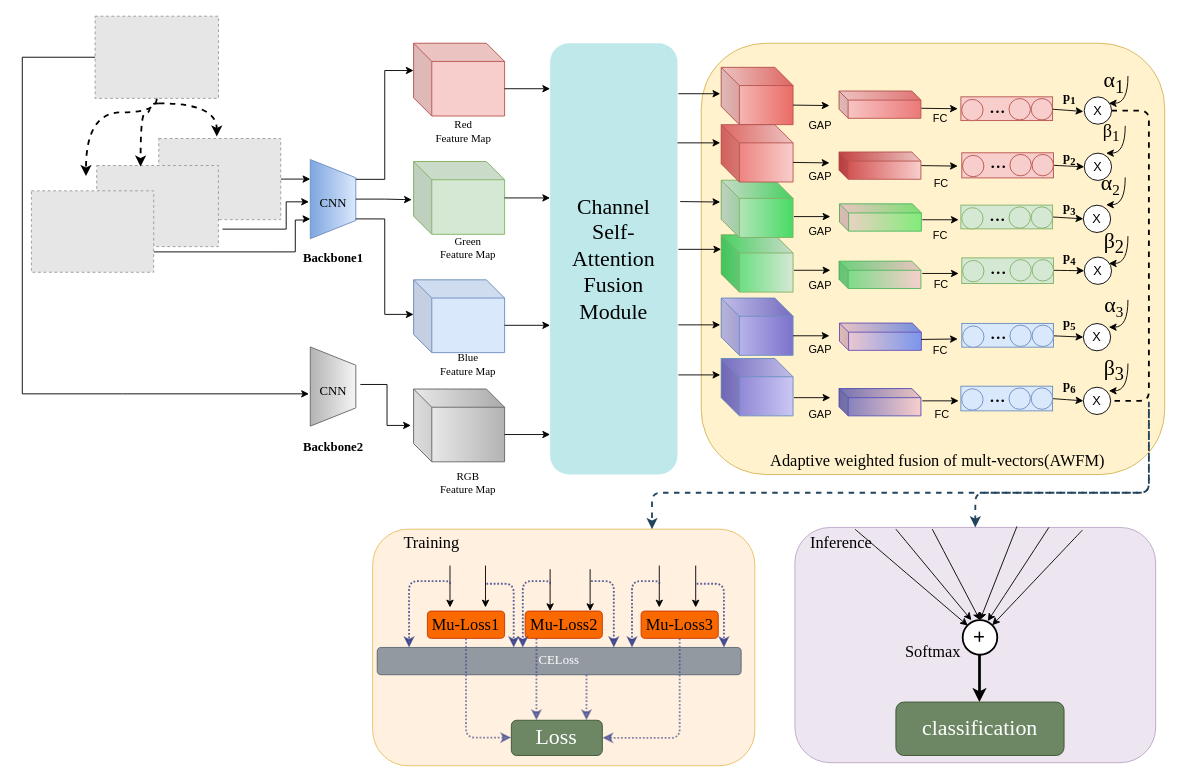
lcq666666/lcq.github.io keeps this draw.io diagram as paper.drawio. Above is the earlier version. Source tidied: cells renumbered, new cells numbered last; positions are measured from the earlier drawing's top-left corner, leaving out a move shared by most shapes. Both pictures are drawn from the tidied source at 91%, with x=0, y=0 at pixel (22, 15). Pictures stored in the file or linked from it are replaced by grey dashed boxes.
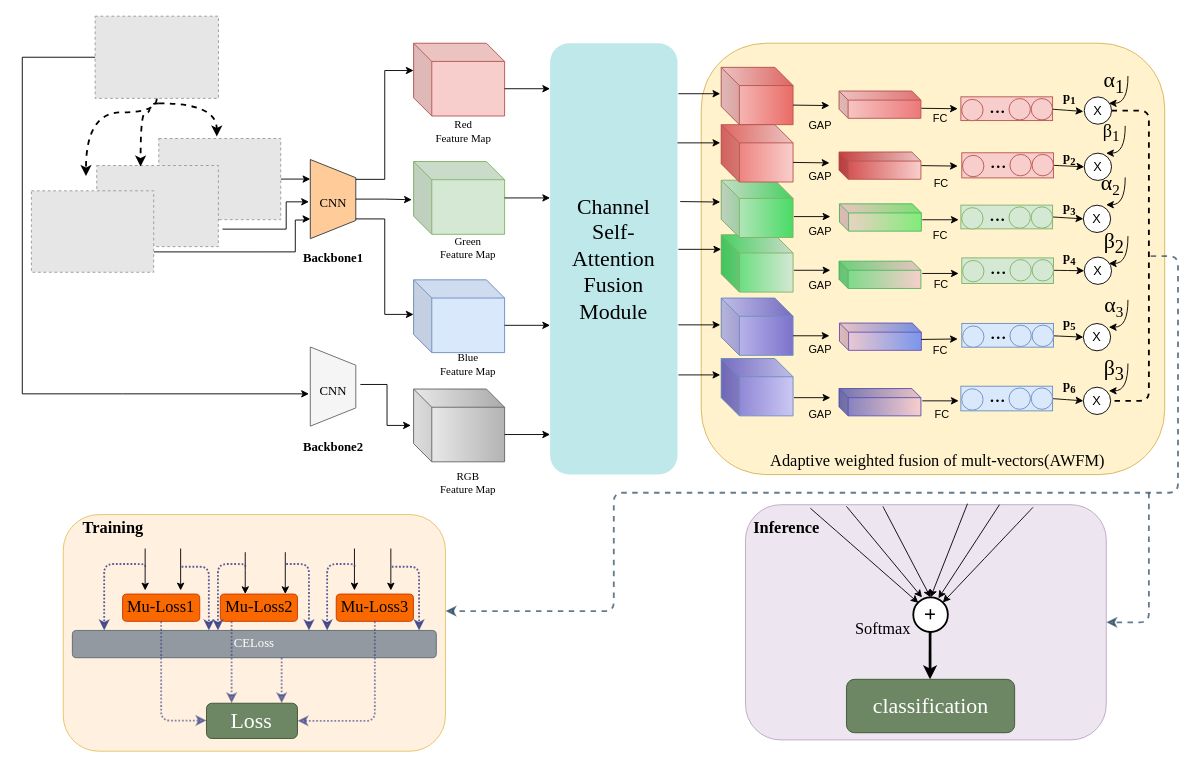
After the change.

Diff of the diagram source:
```diff
@@
     <mxCell id="8" style="rounded=1;whiteSpace=wrap;html=1;fillColor=#ffe6cc;strokeColor=#d79b00;opacity=60;" parent="1" vertex="1">
-      <mxGeometry x="385" y="564" width="420" height="260" as="geometry" />
+      <mxGeometry x="45" y="548" width="420" height="260" as="geometry" />
     </mxCell>
@@
-    <mxCell id="69" style="edgeStyle=orthogonalEdgeStyle;rounded=1;jettySize=auto;html=1;elbow=vertical;strokeWidth=2;dashed=1;entryX=0;entryY=0.5;entryDx=0;entryDy=0;fillColor=#bac8d3;strokeColor=#23445d;" parent="1" edge="1" target="103">
+    <mxCell id="69" style="edgeStyle=orthogonalEdgeStyle;rounded=1;jettySize=auto;html=1;elbow=vertical;strokeWidth=2;dashed=1;entryX=0.5;entryY=0;entryDx=0;entryDy=0;fillColor=#bac8d3;strokeColor=#23445d;opacity=70;" parent="1" edge="1" target="103">
       <mxGeometry relative="1" as="geometry">
-        <mxPoint x="1238" y="432" as="sourcePoint" />
+        <mxPoint x="1238" y="524" as="sourcePoint" />
         <Array as="points">
-          <mxPoint x="1238" y="524" />
-          <mxPoint x="1047" y="524" />
+          <mxPoint x="1238" y="666" />
         </Array>
       </mxGeometry>
     </mxCell>
-    <mxCell id="70" style="edgeStyle=orthogonalEdgeStyle;rounded=1;jettySize=auto;html=1;elbow=vertical;dashed=1;strokeWidth=2;fillColor=#bac8d3;strokeColor=#23445d;" parent="1" edge="1" target="8">
+    <mxCell id="70" style="edgeStyle=orthogonalEdgeStyle;rounded=1;orthogonalLoop=1;jettySize=auto;html=1;elbow=vertical;dashed=1;strokeWidth=2;fillColor=#bac8d3;strokeColor=#23445d;opacity=70;" parent="1" edge="1">
       <mxGeometry relative="1" as="geometry">
-        <mxPoint x="1238" y="424" as="sourcePoint" />
+        <mxPoint x="1240" y="264" as="sourcePoint" />
+        <mxPoint x="465" y="654" as="targetPoint" />
         <Array as="points">
-          <mxPoint x="1238" y="524" />
-          <mxPoint x="692" y="524" />
+          <mxPoint x="1270" y="264" />
+          <mxPoint x="1270" y="524" />
+          <mxPoint x="650" y="524" />
+          <mxPoint x="650" y="654" />
         </Array>
       </mxGeometry>
     </mxCell>
@@
-    <mxCell id="102" value="&lt;font style=&quot;font-size: 18px;&quot; face=&quot;Times New Roman&quot;&gt;Training&lt;/font&gt;" style="text;strokeColor=none;align=center;fillColor=none;html=1;verticalAlign=middle;whiteSpace=wrap;rounded=0;" parent="1" vertex="1">
-      <mxGeometry x="420" y="564" width="60" height="30" as="geometry" />
+    <mxCell id="102" value="&lt;font style=&quot;font-size: 18px;&quot; face=&quot;Times New Roman&quot;&gt;&lt;b&gt;Training&lt;/b&gt;&lt;/font&gt;" style="text;strokeColor=none;align=center;fillColor=none;html=1;verticalAlign=middle;whiteSpace=wrap;rounded=0;" parent="1" vertex="1">
+      <mxGeometry x="70" y="548" width="60" height="30" as="geometry" />
     </mxCell>
     <mxCell id="103" style="rounded=1;whiteSpace=wrap;html=1;rotation=90;fillColor=#e1d5e7;strokeColor=#9673a6;opacity=60;" parent="1" vertex="1">
-      <mxGeometry x="918" y="493.1" width="258.5" height="396.5" as="geometry" />
+      <mxGeometry x="863.7" y="468.1" width="258.5" height="396.5" as="geometry" />
     </mxCell>
     <mxCell id="104" value="&lt;font face=&quot;Times New Roman&quot; style=&quot;font-size: 24px;&quot;&gt;&lt;b&gt;+&lt;/b&gt;&lt;/font&gt;" style="ellipse;whiteSpace=wrap;html=1;rotation=90;strokeWidth=2;" parent="1" vertex="1">
-      <mxGeometry x="1033.4" y="664" width="38" height="38" as="geometry" />
+      <mxGeometry x="979.1" y="639" width="38" height="38" as="geometry" />
     </mxCell>
     <mxCell id="105" style="rounded=0;jettySize=auto;html=1;exitX=0;exitY=0;exitDx=100;exitDy=50;exitPerimeter=0;strokeWidth=3;entryX=0.497;entryY=0;entryDx=0;entryDy=0;entryPerimeter=0;" parent="1" edge="1" target="106">
       <mxGeometry relative="1" as="geometry">
-        <mxPoint x="1051.9" y="701.2" as="sourcePoint" />
+        <mxPoint x="997.6" y="676.2" as="sourcePoint" />
       </mxGeometry>
     </mxCell>
     <mxCell id="106" value="&lt;font face=&quot;Times New Roman&quot;&gt;&lt;span style=&quot;font-size: 24px;&quot;&gt;classification&lt;/span&gt;&lt;/font&gt;" style="rounded=1;whiteSpace=wrap;html=1;fillColor=#6d8764;strokeColor=#3A5431;fontColor=#ffffff;rotation=0;" parent="1" vertex="1">
-      <mxGeometry x="960" y="754" width="184.8" height="58.7" as="geometry" />
+      <mxGeometry x="905.7" y="729" width="184.8" height="58.7" as="geometry" />
     </mxCell>
-    <mxCell id="107" value="&lt;font style=&quot;font-size: 18px;&quot; face=&quot;Times New Roman&quot;&gt;Inference&lt;/font&gt;" style="text;strokeColor=none;align=center;fillColor=none;html=1;verticalAlign=middle;whiteSpace=wrap;rounded=0;" parent="1" vertex="1">
-      <mxGeometry x="870" y="564" width="60" height="30" as="geometry" />
+    <mxCell id="107" value="&lt;font style=&quot;font-size: 18px;&quot; face=&quot;Times New Roman&quot;&gt;&lt;b&gt;Inference&lt;/b&gt;&lt;/font&gt;" style="text;strokeColor=none;align=center;fillColor=none;html=1;verticalAlign=middle;whiteSpace=wrap;rounded=0;" parent="1" vertex="1">
+      <mxGeometry x="810" y="548" width="60" height="30" as="geometry" />
     </mxCell>
-    <mxCell id="108" style="endArrow=classic;html=1;rounded=0;curved=1;elbow=vertical;exitX=0.75;exitY=0;exitDx=0;exitDy=0;" parent="1" edge="1" source="107">
+    <mxCell id="108" style="endArrow=classic;html=1;rounded=0;curved=1;elbow=vertical;" parent="1" edge="1">
       <mxGeometry relative="1" as="geometry">
-        <mxPoint x="1039" y="670" as="targetPoint" />
+        <mxPoint x="866" y="541" as="sourcePoint" />
+        <mxPoint x="984.7" y="645" as="targetPoint" />
       </mxGeometry>
     </mxCell>
     <mxCell id="109" style="endArrow=classic;html=1;rounded=0;curved=1;elbow=vertical;" parent="1" edge="1">
       <mxGeometry relative="1" as="geometry">
-        <mxPoint x="960" y="564" as="sourcePoint" />
-        <mxPoint x="1043" y="664" as="targetPoint" />
+        <mxPoint x="905.7" y="539" as="sourcePoint" />
+        <mxPoint x="988.7" y="639" as="targetPoint" />
       </mxGeometry>
     </mxCell>
     <mxCell id="110" style="endArrow=classic;html=1;rounded=0;curved=1;elbow=vertical;exitX=0.75;exitY=0;exitDx=0;exitDy=0;entryX=0;entryY=0.5;entryDx=0;entryDy=0;" parent="1" edge="1" target="104">
       <mxGeometry relative="1" as="geometry">
-        <mxPoint x="1000" y="564" as="sourcePoint" />
+        <mxPoint x="945.7" y="539" as="sourcePoint" />
       </mxGeometry>
     </mxCell>
     <mxCell id="111" style="endArrow=classic;html=1;rounded=0;curved=1;elbow=vertical;entryX=0;entryY=0.5;entryDx=0;entryDy=0;" parent="1" edge="1" target="104">
       <mxGeometry relative="1" as="geometry">
-        <mxPoint x="1093" y="561" as="sourcePoint" />
+        <mxPoint x="1038.7" y="536" as="sourcePoint" />
       </mxGeometry>
     </mxCell>
     <mxCell id="112" style="endArrow=classic;html=1;rounded=0;curved=1;elbow=vertical;exitX=0;exitY=0.296;exitDx=0;exitDy=0;exitPerimeter=0;" parent="1" edge="1" source="103">
       <mxGeometry relative="1" as="geometry">
-        <mxPoint x="1061" y="665" as="targetPoint" />
+        <mxPoint x="1006.7" y="640" as="targetPoint" />
       </mxGeometry>
     </mxCell>
@@
     <mxCell id="114" style="endArrow=classic;html=1;rounded=0;elbow=vertical;" parent="1" edge="1">
       <mxGeometry relative="1" as="geometry">
-        <mxPoint x="470" y="604" as="sourcePoint" />
-        <mxPoint x="470" y="650" as="targetPoint" />
+        <mxPoint x="135" y="585.3" as="sourcePoint" />
+        <mxPoint x="135" y="631.3" as="targetPoint" />
       </mxGeometry>
     </mxCell>
     <mxCell id="115" style="endArrow=classic;html=1;rounded=0;elbow=vertical;" parent="1" edge="1">
       <mxGeometry relative="1" as="geometry">
-        <mxPoint x="509" y="604" as="sourcePoint" />
-        <mxPoint x="509" y="650" as="targetPoint" />
+        <mxPoint x="174" y="585.3" as="sourcePoint" />
+        <mxPoint x="174" y="631.3" as="targetPoint" />
       </mxGeometry>
     </mxCell>
     <mxCell id="116" style="endArrow=classic;html=1;rounded=0;elbow=vertical;" parent="1" edge="1">
       <mxGeometry relative="1" as="geometry">
-        <mxPoint x="580" y="608" as="sourcePoint" />
-        <mxPoint x="580" y="654" as="targetPoint" />
+        <mxPoint x="245" y="589.3" as="sourcePoint" />
+        <mxPoint x="245" y="635.3" as="targetPoint" />
         <Array as="points">
-          <mxPoint x="580" y="628" />
+          <mxPoint x="245" y="609.3" />
         </Array>
       </mxGeometry>
     </mxCell>
     <mxCell id="117" style="endArrow=classic;html=1;rounded=0;elbow=vertical;" parent="1" edge="1">
       <mxGeometry relative="1" as="geometry">
-        <mxPoint x="624" y="608" as="sourcePoint" />
-        <mxPoint x="624" y="654" as="targetPoint" />
+        <mxPoint x="289" y="589.3" as="sourcePoint" />
+        <mxPoint x="289" y="635.3" as="targetPoint" />
       </mxGeometry>
     </mxCell>
     <mxCell id="118" style="endArrow=classic;html=1;rounded=0;elbow=vertical;" parent="1" edge="1">
       <mxGeometry relative="1" as="geometry">
-        <mxPoint x="700" y="604" as="sourcePoint" />
-        <mxPoint x="700" y="650" as="targetPoint" />
+        <mxPoint x="365" y="585.3" as="sourcePoint" />
+        <mxPoint x="365" y="631.3" as="targetPoint" />
       </mxGeometry>
     </mxCell>
     <mxCell id="119" value="&lt;font style=&quot;font-size: 18px;&quot; face=&quot;Times New Roman&quot;&gt;Mu-Loss1&lt;/font&gt;" style="rounded=1;whiteSpace=wrap;html=1;fillColor=#fa6800;strokeColor=#C73500;fontColor=#000000;rotation=0;" parent="1" vertex="1">
-      <mxGeometry x="445.2" y="654" width="84.8" height="30" as="geometry" />
+      <mxGeometry x="110.2" y="635.3" width="84.8" height="30" as="geometry" />
     </mxCell>
     <mxCell id="120" style="endArrow=classic;html=1;rounded=0;elbow=vertical;" parent="1" edge="1">
       <mxGeometry relative="1" as="geometry">
-        <mxPoint x="740" y="604" as="sourcePoint" />
-        <mxPoint x="740" y="650" as="targetPoint" />
+        <mxPoint x="405" y="585.3" as="sourcePoint" />
+        <mxPoint x="405" y="631.3" as="targetPoint" />
       </mxGeometry>
     </mxCell>
     <mxCell id="121" value="&lt;font style=&quot;font-size: 18px;&quot; face=&quot;Times New Roman&quot;&gt;Mu-Loss2&lt;/font&gt;" style="rounded=1;whiteSpace=wrap;html=1;fillColor=#fa6800;strokeColor=#C73500;fontColor=#000000;rotation=0;" parent="1" vertex="1">
-      <mxGeometry x="552.6" y="654" width="84.8" height="30" as="geometry" />
+      <mxGeometry x="217.6" y="635.3" width="84.8" height="30" as="geometry" />
     </mxCell>
     <mxCell id="122" value="&lt;font style=&quot;font-size: 18px;&quot; face=&quot;Times New Roman&quot;&gt;Mu-Loss3&lt;/font&gt;" style="rounded=1;whiteSpace=wrap;html=1;fillColor=#fa6800;strokeColor=#C73500;fontColor=#000000;rotation=0;" parent="1" vertex="1">
-      <mxGeometry x="680" y="654" width="84.8" height="30" as="geometry" />
+      <mxGeometry x="345" y="635.3" width="84.8" height="30" as="geometry" />
     </mxCell>
     <mxCell id="123" style="edgeStyle=orthogonalEdgeStyle;rounded=1;orthogonalLoop=1;jettySize=auto;html=1;elbow=vertical;endSize=6;strokeWidth=2;opacity=80;strokeColor=#323b86;dashed=1;dashPattern=1 1;" parent="1" edge="1">
       <mxGeometry relative="1" as="geometry">
-        <mxPoint x="470" y="624" as="sourcePoint" />
-        <mxPoint x="425" y="694" as="targetPoint" />
+        <mxPoint x="135" y="605.3" as="sourcePoint" />
+        <mxPoint x="90" y="675.3" as="targetPoint" />
         <Array as="points">
-          <mxPoint x="470" y="621" />
-          <mxPoint x="425" y="621" />
+          <mxPoint x="135" y="602.3" />
+          <mxPoint x="90" y="602.3" />
         </Array>
       </mxGeometry>
     </mxCell>
     <mxCell id="124" style="edgeStyle=orthogonalEdgeStyle;rounded=1;orthogonalLoop=1;jettySize=auto;html=1;elbow=vertical;endSize=6;strokeWidth=2;opacity=80;strokeColor=#323b86;dashed=1;dashPattern=1 1;" parent="1" edge="1">
       <mxGeometry relative="1" as="geometry">
-        <mxPoint x="625" y="621" as="sourcePoint" />
-        <mxPoint x="650" y="694" as="targetPoint" />
+        <mxPoint x="290" y="602.3" as="sourcePoint" />
+        <mxPoint x="315" y="675.3" as="targetPoint" />
         <Array as="points">
-          <mxPoint x="650" y="621" />
-          <mxPoint x="650" y="694" />
+          <mxPoint x="315" y="602.3" />
+          <mxPoint x="315" y="675.3" />
         </Array>
       </mxGeometry>
     </mxCell>
     <mxCell id="125" value="&lt;font style=&quot;font-size: 14px;&quot; face=&quot;Times New Roman&quot;&gt;CELoss&lt;/font&gt;" style="rounded=1;whiteSpace=wrap;html=1;fillColor=#647687;strokeColor=#314354;fontColor=#ffffff;rotation=0;opacity=70;" parent="1" vertex="1">
-      <mxGeometry x="390" y="694" width="400" height="30" as="geometry" />
+      <mxGeometry x="55" y="675.3" width="400" height="30" as="geometry" />
     </mxCell>
     <mxCell id="126" style="edgeStyle=orthogonalEdgeStyle;rounded=1;orthogonalLoop=1;jettySize=auto;html=1;elbow=vertical;endSize=6;strokeWidth=2;opacity=80;strokeColor=#323b86;dashed=1;dashPattern=1 1;" parent="1" edge="1">
       <mxGeometry relative="1" as="geometry">
-        <mxPoint x="580" y="624" as="sourcePoint" />
-        <mxPoint x="550" y="694" as="targetPoint" />
+        <mxPoint x="245" y="605.3" as="sourcePoint" />
+        <mxPoint x="215" y="675.3" as="targetPoint" />
         <Array as="points">
-          <mxPoint x="580" y="621" />
-          <mxPoint x="550" y="621" />
-          <mxPoint x="550" y="694" />
+          <mxPoint x="245" y="602.3" />
+          <mxPoint x="215" y="602.3" />
+          <mxPoint x="215" y="675.3" />
         </Array>
       </mxGeometry>
     </mxCell>
     <mxCell id="127" style="edgeStyle=orthogonalEdgeStyle;rounded=1;orthogonalLoop=1;jettySize=auto;html=1;elbow=vertical;endSize=6;strokeWidth=2;opacity=80;strokeColor=#323b86;dashed=1;dashPattern=1 1;" parent="1" edge="1">
       <mxGeometry relative="1" as="geometry">
-        <mxPoint x="510" y="624" as="sourcePoint" />
-        <mxPoint x="540" y="694" as="targetPoint" />
+        <mxPoint x="175" y="605.3" as="sourcePoint" />
+        <mxPoint x="205" y="675.3" as="targetPoint" />
         <Array as="points">
-          <mxPoint x="540" y="624" />
+          <mxPoint x="205" y="605.3" />
         </Array>
       </mxGeometry>
     </mxCell>
     <mxCell id="128" style="edgeStyle=orthogonalEdgeStyle;rounded=1;orthogonalLoop=1;jettySize=auto;html=1;elbow=vertical;endSize=6;strokeWidth=2;opacity=80;strokeColor=#323b86;dashed=1;dashPattern=1 1;" parent="1" edge="1">
       <mxGeometry relative="1" as="geometry">
-        <mxPoint x="700" y="624" as="sourcePoint" />
-        <mxPoint x="670" y="694" as="targetPoint" />
+        <mxPoint x="365" y="605.3" as="sourcePoint" />
+        <mxPoint x="335" y="675.3" as="targetPoint" />
         <Array as="points">
-          <mxPoint x="700" y="621" />
-          <mxPoint x="670" y="621" />
-          <mxPoint x="670" y="694" />
+          <mxPoint x="365" y="602.3" />
+          <mxPoint x="335" y="602.3" />
+          <mxPoint x="335" y="675.3" />
         </Array>
       </mxGeometry>
     </mxCell>
     <mxCell id="129" style="edgeStyle=orthogonalEdgeStyle;rounded=1;orthogonalLoop=1;jettySize=auto;html=1;elbow=vertical;endSize=6;strokeWidth=2;opacity=80;strokeColor=#323b86;dashed=1;dashPattern=1 1;" parent="1" edge="1">
       <mxGeometry relative="1" as="geometry">
-        <mxPoint x="741" y="624" as="sourcePoint" />
-        <mxPoint x="771" y="694" as="targetPoint" />
+        <mxPoint x="406" y="605.3" as="sourcePoint" />
+        <mxPoint x="436" y="675.3" as="targetPoint" />
         <Array as="points">
-          <mxPoint x="771" y="624" />
+          <mxPoint x="436" y="605.3" />
         </Array>
       </mxGeometry>
     </mxCell>
     <mxCell id="130" value="&lt;font face=&quot;Times New Roman&quot;&gt;&lt;span style=&quot;font-size: 24px;&quot;&gt;Loss&lt;/span&gt;&lt;/font&gt;" style="rounded=1;whiteSpace=wrap;html=1;fillColor=#6d8764;strokeColor=#3A5431;fontColor=#ffffff;rotation=0;" parent="1" vertex="1">
-      <mxGeometry x="537.4" y="774" width="100" height="38.7" as="geometry" />
+      <mxGeometry x="202.4" y="755.3" width="100" height="38.7" as="geometry" />
     </mxCell>
     <mxCell id="131" style="edgeStyle=orthogonalEdgeStyle;rounded=1;jettySize=auto;html=1;elbow=vertical;endSize=6;strokeWidth=2;opacity=60;strokeColor=#323b86;dashed=1;dashPattern=1 1;exitX=0.5;exitY=1;exitDx=0;exitDy=0;" parent="1" edge="1" source="119" target="130">
       <mxGeometry relative="1" as="geometry">
         <Array as="points">
-          <mxPoint x="488" y="793" />
+          <mxPoint x="153" y="774.3" />
         </Array>
       </mxGeometry>
     </mxCell>
     <mxCell id="132" style="edgeStyle=orthogonalEdgeStyle;rounded=1;orthogonalLoop=1;jettySize=auto;html=1;elbow=vertical;endSize=6;strokeWidth=2;opacity=60;strokeColor=#323b86;dashed=1;dashPattern=1 1;" parent="1" edge="1">
       <mxGeometry relative="1" as="geometry">
-        <mxPoint x="565" y="684" as="sourcePoint" />
-        <mxPoint x="565" y="774" as="targetPoint" />
+        <mxPoint x="230" y="665.3" as="sourcePoint" />
+        <mxPoint x="230" y="755.3" as="targetPoint" />
         <Array as="points">
-          <mxPoint x="565" y="684" />
+          <mxPoint x="230" y="665.3" />
         </Array>
       </mxGeometry>
     </mxCell>
     <mxCell id="133" style="edgeStyle=orthogonalEdgeStyle;rounded=1;jettySize=auto;html=1;elbow=vertical;endSize=6;strokeWidth=2;opacity=60;strokeColor=#323b86;dashed=1;dashPattern=1 1;exitX=0.5;exitY=1;exitDx=0;exitDy=0;entryX=1;entryY=0.5;entryDx=0;entryDy=0;" parent="1" edge="1" source="122" target="130">
       <mxGeometry relative="1" as="geometry">
         <Array as="points">
-          <mxPoint x="722" y="793" />
+          <mxPoint x="387" y="774.3" />
         </Array>
       </mxGeometry>
     </mxCell>
     <mxCell id="134" style="edgeStyle=orthogonalEdgeStyle;rounded=1;orthogonalLoop=1;jettySize=auto;html=1;elbow=vertical;endSize=6;strokeWidth=2;opacity=60;strokeColor=#323b86;dashed=1;dashPattern=1 1;" parent="1" edge="1">
       <mxGeometry relative="1" as="geometry">
-        <mxPoint x="620" y="724" as="sourcePoint" />
-        <mxPoint x="620" y="774" as="targetPoint" />
+        <mxPoint x="285" y="705.3" as="sourcePoint" />
+        <mxPoint x="285" y="755.3" as="targetPoint" />
         <Array as="points">
-          <mxPoint x="620" y="724" />
+          <mxPoint x="285" y="705.3" />
         </Array>
       </mxGeometry>
     </mxCell>
@@
     <mxCell id="160" value="&lt;font style=&quot;font-size: 18px;&quot; face=&quot;Times New Roman&quot;&gt;Softmax&lt;/font&gt;" style="text;strokeColor=none;align=center;fillColor=none;html=1;verticalAlign=middle;whiteSpace=wrap;rounded=0;" parent="1" vertex="1">
-      <mxGeometry x="965.7" y="684" width="70" height="30" as="geometry" />
+      <mxGeometry x="911.4" y="659" width="70" height="30" as="geometry" />
     </mxCell>
@@
-    <mxCell id="174" style="verticalLabelPosition=middle;verticalAlign=middle;html=1;shape=trapezoid;perimeter=trapezoidPerimeter;whiteSpace=wrap;size=0.23;arcSize=10;flipV=1;labelPosition=center;align=center;rotation=-90;fillColor=#f5f5f5;strokeColor=#666666;gradientColor=#b3b3b3;" parent="1" vertex="1">
+    <mxCell id="174" style="verticalLabelPosition=middle;verticalAlign=middle;html=1;shape=trapezoid;perimeter=trapezoidPerimeter;whiteSpace=wrap;size=0.23;arcSize=10;flipV=1;labelPosition=center;align=center;rotation=-90;fillColor=#f5f5f5;strokeColor=#666666;fontColor=#333333;" parent="1" vertex="1">
       <mxGeometry x="298" y="382.3" width="87" height="50" as="geometry" />
     </mxCell>
-    <mxCell id="175" style="verticalLabelPosition=middle;verticalAlign=middle;html=1;shape=trapezoid;perimeter=trapezoidPerimeter;whiteSpace=wrap;size=0.23;arcSize=10;flipV=1;labelPosition=center;align=center;rotation=-90;fillColor=#dae8fc;strokeColor=#6c8ebf;gradientColor=#7ea6e0;" parent="1" vertex="1">
+    <mxCell id="175" style="verticalLabelPosition=middle;verticalAlign=middle;html=1;shape=trapezoid;perimeter=trapezoidPerimeter;whiteSpace=wrap;size=0.23;arcSize=10;flipV=1;labelPosition=center;align=center;rotation=-90;fillColor=#ffcc99;strokeColor=#36393d;" parent="1" vertex="1">
       <mxGeometry x="298" y="176.3" width="87" height="50" as="geometry" />
     </mxCell>
```
